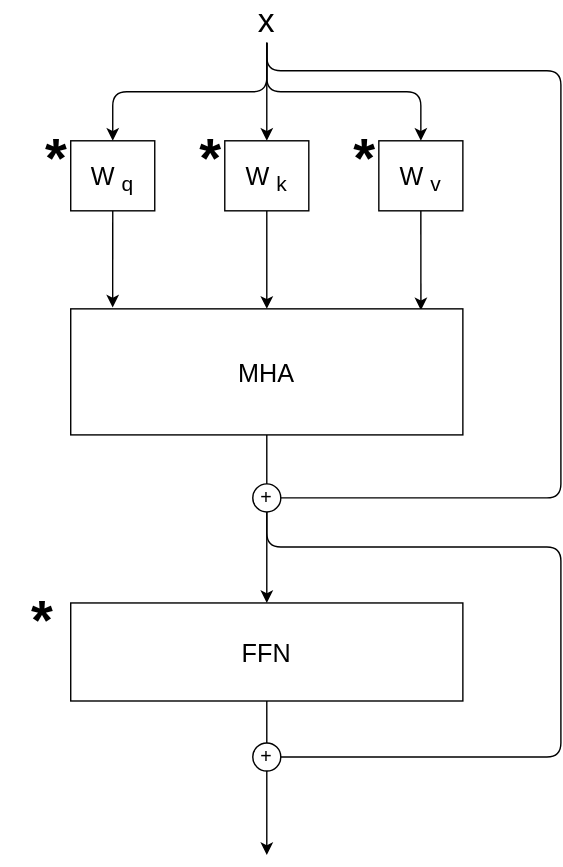
k-l-lambda/k-l-lambda.github.io keeps this draw.io diagram as source/images/diagrom-transformer-layer.drawio.svg. Above is the earlier version. Source tidied: cells renumbered, new cells last; positions are measured from the earlier drawing's top-left corner, leaving out a move shared by most shapes. Its diagram source:
```xml
<mxGraphModel>
  <root>
    <mxCell id="0" />
    <mxCell id="1" parent="0" />
    <mxCell id="2" style="edgeStyle=orthogonalEdgeStyle;html=1;exitX=0.5;exitY=1;exitDx=0;exitDy=0;entryX=0.5;entryY=0;entryDx=0;entryDy=0;" parent="1" edge="1" source="6" target="8">
      <mxGeometry relative="1" as="geometry" />
    </mxCell>
    <mxCell id="3" style="edgeStyle=orthogonalEdgeStyle;html=1;exitX=0.5;exitY=1;exitDx=0;exitDy=0;entryX=0.5;entryY=0;entryDx=0;entryDy=0;" parent="1" edge="1" source="6" target="10">
      <mxGeometry relative="1" as="geometry" />
    </mxCell>
    <mxCell id="4" style="edgeStyle=orthogonalEdgeStyle;html=1;exitX=0.5;exitY=1;exitDx=0;exitDy=0;entryX=0.5;entryY=0;entryDx=0;entryDy=0;" parent="1" edge="1" source="6" target="12">
      <mxGeometry relative="1" as="geometry" />
    </mxCell>
    <mxCell id="5" style="edgeStyle=orthogonalEdgeStyle;html=1;exitX=0.5;exitY=1;exitDx=0;exitDy=0;entryX=0;entryY=0.5;entryDx=0;entryDy=0;endArrow=none;endFill=0;" parent="1" edge="1" source="6" target="19">
      <mxGeometry relative="1" as="geometry">
        <Array as="points">
          <mxPoint x="190" y="50" />
          <mxPoint x="400" y="50" />
          <mxPoint x="400" y="355" />
        </Array>
      </mxGeometry>
    </mxCell>
    <mxCell id="6" value="x" style="text;strokeColor=none;align=center;fillColor=none;html=1;verticalAlign=middle;whiteSpace=wrap;rounded=0;fontSize=24;" parent="1" vertex="1">
      <mxGeometry x="160" width="60" height="30" as="geometry" />
    </mxCell>
    <mxCell id="7" style="edgeStyle=orthogonalEdgeStyle;html=1;exitX=0.5;exitY=1;exitDx=0;exitDy=0;entryX=0.107;entryY=-0.011;entryDx=0;entryDy=0;entryPerimeter=0;" parent="1" edge="1" source="8" target="14">
      <mxGeometry relative="1" as="geometry" />
    </mxCell>
    <mxCell id="8" value="&lt;font style=&quot;font-size: 18px;&quot;&gt;W&lt;sub&gt;q&lt;/sub&gt;&lt;/font&gt;" style="whiteSpace=wrap;html=1;fontSize=24;" parent="1" vertex="1">
      <mxGeometry x="50" y="100" width="60" height="50" as="geometry" />
    </mxCell>
    <mxCell id="9" style="edgeStyle=orthogonalEdgeStyle;html=1;exitX=0.5;exitY=1;exitDx=0;exitDy=0;entryX=0.5;entryY=0;entryDx=0;entryDy=0;" parent="1" edge="1" source="10" target="14">
      <mxGeometry relative="1" as="geometry" />
    </mxCell>
    <mxCell id="10" value="&lt;font style=&quot;font-size: 18px;&quot;&gt;W&lt;sub&gt;k&lt;/sub&gt;&lt;/font&gt;" style="whiteSpace=wrap;html=1;fontSize=24;" parent="1" vertex="1">
      <mxGeometry x="160" y="100" width="60" height="50" as="geometry" />
    </mxCell>
    <mxCell id="11" style="edgeStyle=orthogonalEdgeStyle;html=1;exitX=0.5;exitY=1;exitDx=0;exitDy=0;entryX=0.893;entryY=0.011;entryDx=0;entryDy=0;entryPerimeter=0;" parent="1" edge="1" source="12" target="14">
      <mxGeometry relative="1" as="geometry" />
    </mxCell>
    <mxCell id="12" value="&lt;font style=&quot;font-size: 18px;&quot;&gt;W&lt;sub&gt;v&lt;/sub&gt;&lt;/font&gt;" style="whiteSpace=wrap;html=1;fontSize=24;" parent="1" vertex="1">
      <mxGeometry x="270" y="100" width="60" height="50" as="geometry" />
    </mxCell>
    <mxCell id="13" style="edgeStyle=orthogonalEdgeStyle;html=1;exitX=0.5;exitY=1;exitDx=0;exitDy=0;entryX=0.5;entryY=0;entryDx=0;entryDy=0;endArrow=none;endFill=0;" parent="1" edge="1" source="14" target="19">
      <mxGeometry relative="1" as="geometry" />
    </mxCell>
    <mxCell id="14" value="&lt;span style=&quot;font-size: 18px;&quot;&gt;MHA&lt;/span&gt;" style="whiteSpace=wrap;html=1;fontSize=24;" parent="1" vertex="1">
      <mxGeometry x="50" y="220" width="280" height="90" as="geometry" />
    </mxCell>
    <mxCell id="15" style="edgeStyle=orthogonalEdgeStyle;html=1;exitX=0.5;exitY=1;exitDx=0;exitDy=0;entryX=0.5;entryY=0;entryDx=0;entryDy=0;endArrow=none;endFill=0;" parent="1" edge="1" source="16" target="21">
      <mxGeometry relative="1" as="geometry" />
    </mxCell>
    <mxCell id="16" value="&lt;span style=&quot;font-size: 18px;&quot;&gt;FFN&lt;/span&gt;" style="whiteSpace=wrap;html=1;fontSize=24;" parent="1" vertex="1">
      <mxGeometry x="50" y="430" width="280" height="70" as="geometry" />
    </mxCell>
    <mxCell id="17" style="edgeStyle=orthogonalEdgeStyle;html=1;exitX=0.5;exitY=1;exitDx=0;exitDy=0;entryX=0.5;entryY=0;entryDx=0;entryDy=0;" parent="1" edge="1" source="19" target="16">
      <mxGeometry relative="1" as="geometry" />
    </mxCell>
    <mxCell id="18" style="edgeStyle=orthogonalEdgeStyle;html=1;exitX=0.5;exitY=1;exitDx=0;exitDy=0;entryX=0;entryY=0.5;entryDx=0;entryDy=0;endArrow=none;endFill=0;" parent="1" edge="1" source="19" target="21">
      <mxGeometry relative="1" as="geometry">
        <Array as="points">
          <mxPoint x="190" y="390" />
          <mxPoint x="400" y="390" />
          <mxPoint x="400" y="540" />
        </Array>
      </mxGeometry>
    </mxCell>
    <mxCell id="19" value="+" style="ellipse;whiteSpace=wrap;html=1;fontSize=14;" parent="1" vertex="1">
      <mxGeometry x="180" y="345" width="20" height="20" as="geometry" />
    </mxCell>
    <mxCell id="20" style="edgeStyle=orthogonalEdgeStyle;html=1;exitX=0.5;exitY=1;exitDx=0;exitDy=0;endArrow=classic;endFill=1;" parent="1" edge="1" source="21">
      <mxGeometry relative="1" as="geometry">
        <mxPoint x="190" y="610" as="targetPoint" />
      </mxGeometry>
    </mxCell>
    <mxCell id="21" value="+" style="ellipse;whiteSpace=wrap;html=1;fontSize=14;" parent="1" vertex="1">
      <mxGeometry x="180" y="530" width="20" height="20" as="geometry" />
    </mxCell>
    <mxCell id="22" value="&lt;b&gt;*&lt;/b&gt;" style="text;strokeColor=none;align=center;fillColor=none;html=1;verticalAlign=middle;whiteSpace=wrap;rounded=0;fontSize=40;" parent="1" vertex="1">
      <mxGeometry x="10" y="100" width="60" height="22.5" as="geometry" />
    </mxCell>
    <mxCell id="23" value="&lt;b&gt;*&lt;/b&gt;" style="text;strokeColor=none;align=center;fillColor=none;html=1;verticalAlign=middle;whiteSpace=wrap;rounded=0;fontSize=40;" parent="1" vertex="1">
      <mxGeometry x="120" y="100" width="60" height="22.5" as="geometry" />
    </mxCell>
    <mxCell id="24" value="&lt;b&gt;*&lt;/b&gt;" style="text;strokeColor=none;align=center;fillColor=none;html=1;verticalAlign=middle;whiteSpace=wrap;rounded=0;fontSize=40;" parent="1" vertex="1">
      <mxGeometry x="230" y="100" width="60" height="22.5" as="geometry" />
    </mxCell>
    <mxCell id="25" value="&lt;b&gt;*&lt;/b&gt;" style="text;strokeColor=none;align=center;fillColor=none;html=1;verticalAlign=middle;whiteSpace=wrap;rounded=0;fontSize=40;" parent="1" vertex="1">
      <mxGeometry y="430" width="60" height="22.5" as="geometry" />
    </mxCell>
  </root>
</mxGraphModel>
```
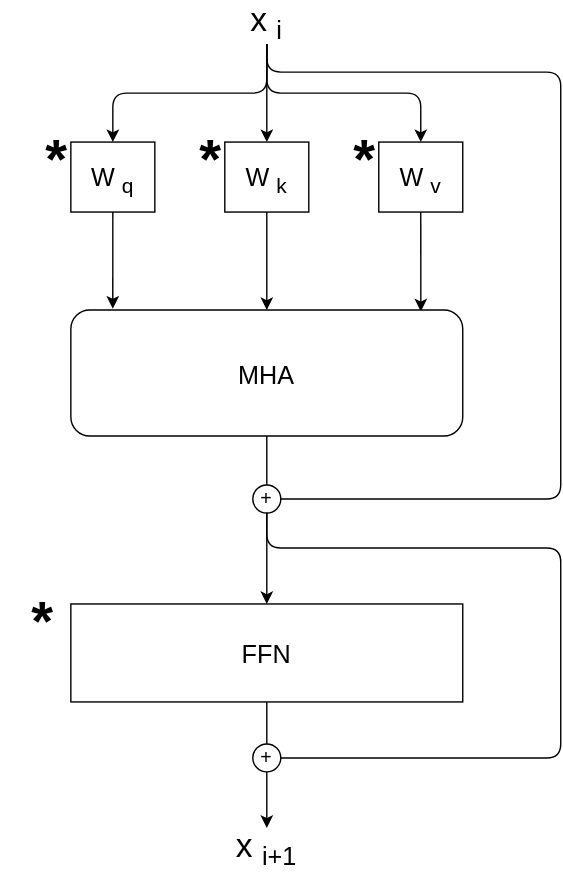
Later version of the same file.

Change to the diagram source:
```diff
@@ -2,6 +2,9 @@
   <root>
     <mxCell id="0" />
     <mxCell id="1" parent="0" />
+    <mxCell id="26" value="x&lt;sub&gt;&lt;font style=&quot;font-size: 18px;&quot;&gt;i+1&lt;/font&gt;&lt;/sub&gt;" style="text;strokeColor=none;align=center;fillColor=none;html=1;verticalAlign=middle;whiteSpace=wrap;rounded=0;fontSize=24;" parent="1" vertex="1">
+      <mxGeometry x="160" y="590" width="60" height="30" as="geometry" />
+    </mxCell>
     <mxCell id="2" style="edgeStyle=orthogonalEdgeStyle;html=1;exitX=0.5;exitY=1;exitDx=0;exitDy=0;entryX=0.5;entryY=0;entryDx=0;entryDy=0;" parent="1" edge="1" source="6" target="8">
       <mxGeometry relative="1" as="geometry" />
     </mxCell>
@@ -20,7 +23,7 @@
         </Array>
       </mxGeometry>
     </mxCell>
-    <mxCell id="6" value="x" style="text;strokeColor=none;align=center;fillColor=none;html=1;verticalAlign=middle;whiteSpace=wrap;rounded=0;fontSize=24;" parent="1" vertex="1">
+    <mxCell id="6" value="x&lt;sub&gt;&lt;font style=&quot;font-size: 18px;&quot;&gt;i&lt;/font&gt;&lt;/sub&gt;" style="text;strokeColor=none;align=center;fillColor=none;html=1;verticalAlign=middle;whiteSpace=wrap;rounded=0;fontSize=24;" parent="1" vertex="1">
       <mxGeometry x="160" width="60" height="30" as="geometry" />
     </mxCell>
     <mxCell id="7" style="edgeStyle=orthogonalEdgeStyle;html=1;exitX=0.5;exitY=1;exitDx=0;exitDy=0;entryX=0.107;entryY=-0.011;entryDx=0;entryDy=0;entryPerimeter=0;" parent="1" edge="1" source="8" target="14">
@@ -44,7 +47,7 @@
     <mxCell id="13" style="edgeStyle=orthogonalEdgeStyle;html=1;exitX=0.5;exitY=1;exitDx=0;exitDy=0;entryX=0.5;entryY=0;entryDx=0;entryDy=0;endArrow=none;endFill=0;" parent="1" edge="1" source="14" target="19">
       <mxGeometry relative="1" as="geometry" />
     </mxCell>
-    <mxCell id="14" value="&lt;span style=&quot;font-size: 18px;&quot;&gt;MHA&lt;/span&gt;" style="whiteSpace=wrap;html=1;fontSize=24;" parent="1" vertex="1">
+    <mxCell id="14" value="&lt;span style=&quot;font-size: 18px;&quot;&gt;MHA&lt;/span&gt;" style="whiteSpace=wrap;html=1;fontSize=24;rounded=1;" parent="1" vertex="1">
       <mxGeometry x="50" y="220" width="280" height="90" as="geometry" />
     </mxCell>
     <mxCell id="15" style="edgeStyle=orthogonalEdgeStyle;html=1;exitX=0.5;exitY=1;exitDx=0;exitDy=0;entryX=0.5;entryY=0;entryDx=0;entryDy=0;endArrow=none;endFill=0;" parent="1" edge="1" source="16" target="21">
@@ -68,11 +71,9 @@
     <mxCell id="19" value="+" style="ellipse;whiteSpace=wrap;html=1;fontSize=14;" parent="1" vertex="1">
       <mxGeometry x="180" y="345" width="20" height="20" as="geometry" />
     </mxCell>
-    <mxCell id="20" style="edgeStyle=orthogonalEdgeStyle;html=1;exitX=0.5;exitY=1;exitDx=0;exitDy=0;endArrow=classic;endFill=1;" parent="1" edge="1" source="21">
-      <mxGeometry relative="1" as="geometry">
-        <mxPoint x="190" y="610" as="targetPoint" />
-      </mxGeometry>
-    </mxCell>
+    <mxCell id="27" style="edgeStyle=none;html=1;exitX=0.5;exitY=1;exitDx=0;exitDy=0;entryX=0.5;entryY=0;entryDx=0;entryDy=0;" parent="1" edge="1" source="21" target="26">
+      <mxGeometry relative="1" as="geometry" />
+    </mxCell>
     <mxCell id="21" value="+" style="ellipse;whiteSpace=wrap;html=1;fontSize=14;" parent="1" vertex="1">
       <mxGeometry x="180" y="530" width="20" height="20" as="geometry" />
     </mxCell>
```
